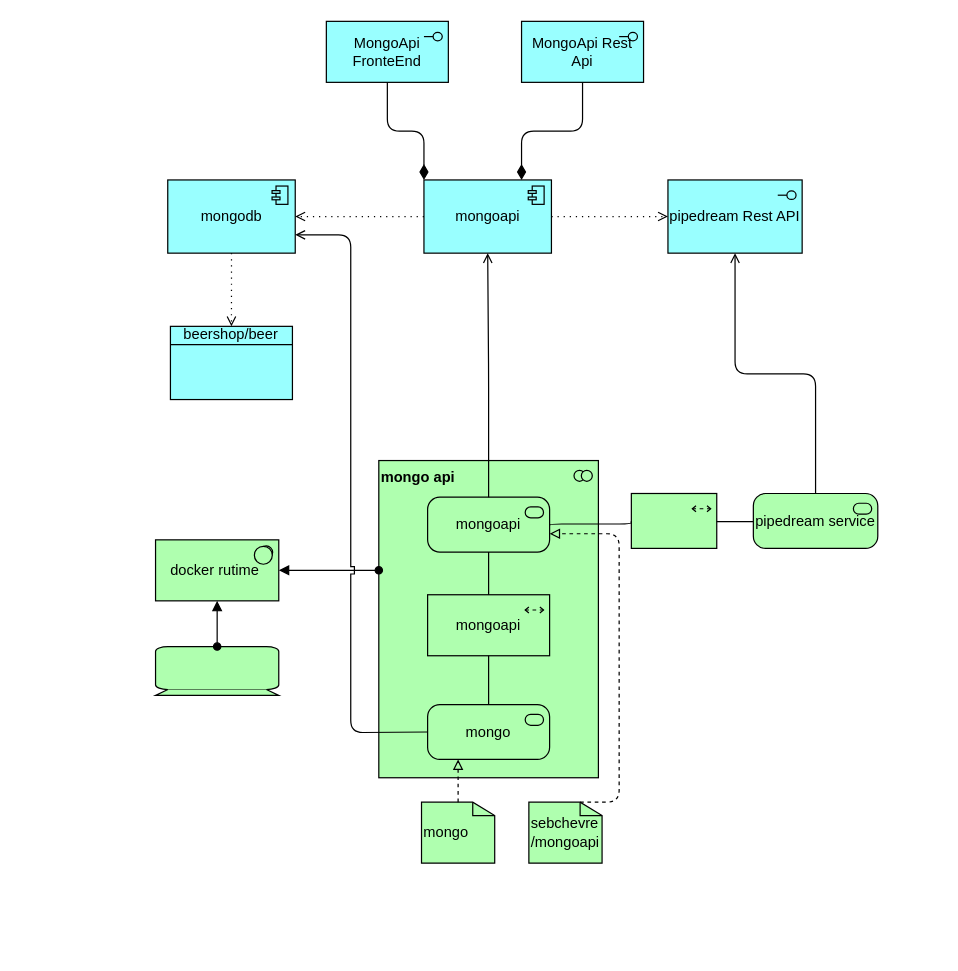
Before: Doc/dev-env.drawio in sebChevre/MongoApi, a draw.io diagram. Source tidied: cells renumbered, new cells numbered last; positions are measured from the earlier drawing's top-left corner, leaving out a move shared by most shapes. Both pictures are drawn from the tidied source at 122%, with x=0, y=0 at pixel (155, 21).
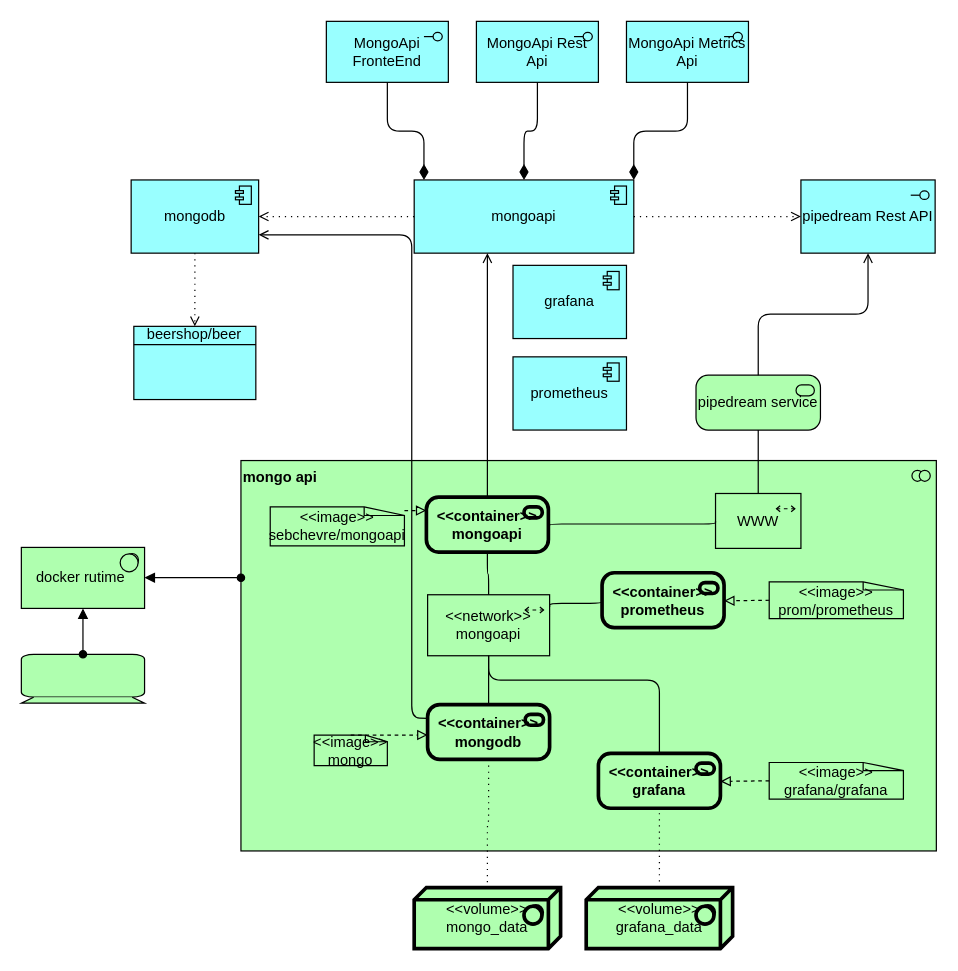
The same diagram, later.

Commit message (it also covers changes not shown here):
volume and network configuration, compose ok

Change to the diagram source:
```diff
@@
     <mxCell id="2" value="mongo api" style="html=1;outlineConnect=0;whiteSpace=wrap;fillColor=#AFFFAF;shape=mxgraph.archimate3.application;appType=collab;archiType=square;align=left;verticalAlign=top;fontStyle=1;" parent="1" vertex="1">
-      <mxGeometry x="183" y="360" width="180" height="260" as="geometry" />
+      <mxGeometry x="70" y="360" width="570" height="320" as="geometry" />
     </mxCell>
     <mxCell id="3" value="mongoapi" style="html=1;outlineConnect=0;whiteSpace=wrap;fillColor=#99ffff;shape=mxgraph.archimate3.application;appType=comp;archiType=square;" parent="1" vertex="1">
-      <mxGeometry x="220" y="130" width="104.5" height="60" as="geometry" />
+      <mxGeometry x="212" y="130" width="180" height="60" as="geometry" />
     </mxCell>
     <mxCell id="4" style="html=1;outlineConnect=0;whiteSpace=wrap;fillColor=#AFFFAF;shape=mxgraph.archimate3.device;align=left;" parent="1" vertex="1">
-      <mxGeometry y="512.5" width="101" height="40" as="geometry" />
+      <mxGeometry x="-110" y="518.8" width="101" height="40" as="geometry" />
     </mxCell>
     <mxCell id="5" value="docker rutime&amp;nbsp;" style="html=1;outlineConnect=0;whiteSpace=wrap;fillColor=#AFFFAF;shape=mxgraph.archimate3.application;appType=sysSw;archiType=square;align=center;" parent="1" vertex="1">
-      <mxGeometry y="425" width="101" height="50" as="geometry" />
+      <mxGeometry x="-110" y="431.2" width="101" height="50" as="geometry" />
     </mxCell>
@@
-    <mxCell id="7" value="sebchevre&lt;br&gt;/mongoapi" style="html=1;outlineConnect=0;whiteSpace=wrap;fillColor=#AFFFAF;shape=mxgraph.archimate3.artifact;align=left;" parent="1" vertex="1">
-      <mxGeometry x="306" y="640" width="60" height="50" as="geometry" />
+    <mxCell id="7" value="&amp;lt;&amp;lt;image&amp;gt;&amp;gt;&lt;br&gt;sebchevre/mongoapi" style="html=1;outlineConnect=0;whiteSpace=wrap;fillColor=#AFFFAF;shape=mxgraph.archimate3.artifact;align=center;" parent="1" vertex="1">
+      <mxGeometry x="94" y="398" width="110" height="32" as="geometry" />
     </mxCell>
-    <mxCell id="8" value="mongo" style="html=1;outlineConnect=0;whiteSpace=wrap;fillColor=#AFFFAF;shape=mxgraph.archimate3.artifact;align=left;" parent="1" vertex="1">
-      <mxGeometry x="218" y="640" width="60" height="50" as="geometry" />
+    <mxCell id="8" value="&amp;lt;&amp;lt;image&amp;gt;&amp;gt;&lt;br&gt;mongo" style="html=1;outlineConnect=0;whiteSpace=wrap;fillColor=#AFFFAF;shape=mxgraph.archimate3.artifact;align=center;" parent="1" vertex="1">
+      <mxGeometry x="130" y="585" width="60" height="25" as="geometry" />
     </mxCell>
@@
     <mxCell id="10" value="MongoApi Rest Api" style="html=1;outlineConnect=0;whiteSpace=wrap;fillColor=#99ffff;shape=mxgraph.archimate3.application;appType=interface;archiType=square;" parent="1" vertex="1">
-      <mxGeometry x="300" width="100" height="50" as="geometry" />
+      <mxGeometry x="263" width="100" height="50" as="geometry" />
     </mxCell>
@@
-    <mxCell id="12" style="html=1;endArrow=diamondThin;endFill=1;edgeStyle=elbowEdgeStyle;elbow=vertical;endSize=10;entryX=0.75;entryY=0;entryDx=0;entryDy=0;entryPerimeter=0;exitX=0.5;exitY=1;exitDx=0;exitDy=0;exitPerimeter=0;" parent="1" edge="1" source="10">
-      <mxGeometry relative="1" as="geometry">
-        <mxPoint x="300" y="130" as="targetPoint" />
-      </mxGeometry>
+    <mxCell id="12" style="html=1;endArrow=diamondThin;endFill=1;edgeStyle=elbowEdgeStyle;elbow=vertical;endSize=10;exitX=0.5;exitY=1;exitDx=0;exitDy=0;exitPerimeter=0;" parent="1" edge="1" source="10" target="3">
+      <mxGeometry relative="1" as="geometry" />
     </mxCell>
     <mxCell id="13" value="mongodb" style="html=1;outlineConnect=0;whiteSpace=wrap;fillColor=#99ffff;shape=mxgraph.archimate3.application;appType=comp;archiType=square;" parent="1" vertex="1">
-      <mxGeometry x="10" y="130" width="104.5" height="60" as="geometry" />
+      <mxGeometry x="-20" y="130" width="104.5" height="60" as="geometry" />
     </mxCell>
     <mxCell id="14" value="beershop/beer" style="html=1;outlineConnect=0;whiteSpace=wrap;fillColor=#99ffff;shape=mxgraph.archimate3.businessObject;overflow=fill;" parent="1" vertex="1">
-      <mxGeometry x="12.2" y="250" width="100" height="60" as="geometry" />
+      <mxGeometry x="-17.8" y="250" width="100" height="60" as="geometry" />
     </mxCell>
@@
     <mxCell id="17" value="pipedream Rest API" style="html=1;outlineConnect=0;whiteSpace=wrap;fillColor=#99ffff;shape=mxgraph.archimate3.application;appType=interface;archiType=square;align=center;" parent="1" vertex="1">
-      <mxGeometry x="420" y="130" width="110" height="60" as="geometry" />
+      <mxGeometry x="529" y="130" width="110" height="60" as="geometry" />
     </mxCell>
@@
-    <mxCell id="19" value="mongoapi" style="html=1;outlineConnect=0;whiteSpace=wrap;fillColor=#AFFFAF;shape=mxgraph.archimate3.application;appType=serv;archiType=rounded;align=center;" parent="1" vertex="1">
-      <mxGeometry x="223" y="390" width="100" height="45" as="geometry" />
+    <mxCell id="19" value="&amp;lt;&amp;lt;container&amp;gt;&amp;gt;&lt;br&gt;mongoapi" style="html=1;outlineConnect=0;whiteSpace=wrap;fillColor=#AFFFAF;shape=mxgraph.archimate3.application;appType=serv;archiType=rounded;align=center;fontStyle=1;strokeWidth=3;" parent="1" vertex="1">
+      <mxGeometry x="222" y="390" width="100" height="45" as="geometry" />
     </mxCell>
-    <mxCell id="20" value="mongo" style="html=1;outlineConnect=0;whiteSpace=wrap;fillColor=#AFFFAF;shape=mxgraph.archimate3.application;appType=serv;archiType=rounded;align=center;" parent="1" vertex="1">
+    <mxCell id="20" value="&amp;lt;&amp;lt;container&amp;gt;&amp;gt;&lt;br&gt;mongodb" style="html=1;outlineConnect=0;whiteSpace=wrap;fillColor=#AFFFAF;shape=mxgraph.archimate3.application;appType=serv;archiType=rounded;align=center;fontStyle=1;strokeWidth=3;" parent="1" vertex="1">
       <mxGeometry x="223" y="560" width="100" height="45" as="geometry" />
     </mxCell>
-    <mxCell id="21" value="mongoapi" style="html=1;outlineConnect=0;whiteSpace=wrap;fillColor=#AFFFAF;shape=mxgraph.archimate3.application;appType=path;archiType=square;align=center;" parent="1" vertex="1">
+    <mxCell id="21" value="&amp;lt;&amp;lt;network&amp;gt;&amp;gt;&lt;br&gt;mongoapi" style="html=1;outlineConnect=0;whiteSpace=wrap;fillColor=#AFFFAF;shape=mxgraph.archimate3.application;appType=path;archiType=square;align=center;" parent="1" vertex="1">
       <mxGeometry x="223" y="470" width="100" height="50" as="geometry" />
     </mxCell>
@@
-    <mxCell id="25" style="html=1;endArrow=block;elbow=vertical;endFill=0;dashed=1;exitX=0.7;exitY=0;exitDx=0;exitDy=0;exitPerimeter=0;" parent="1" edge="1" source="7">
-      <mxGeometry relative="1" as="geometry">
-        <mxPoint x="323" y="420" as="targetPoint" />
-        <Array as="points">
-          <mxPoint x="380" y="640" />
-          <mxPoint x="380" y="420" />
-        </Array>
-      </mxGeometry>
-    </mxCell>
-    <mxCell id="26" style="edgeStyle=elbowEdgeStyle;html=1;endArrow=block;elbow=vertical;endFill=0;dashed=1;exitX=0.5;exitY=0;exitDx=0;exitDy=0;exitPerimeter=0;entryX=0.25;entryY=1;entryDx=0;entryDy=0;entryPerimeter=0;" parent="1" edge="1" source="8" target="20">
+    <mxCell id="26" style="edgeStyle=elbowEdgeStyle;html=1;endArrow=block;elbow=vertical;endFill=0;dashed=1;exitX=0.5;exitY=0;exitDx=0;exitDy=0;exitPerimeter=0;" parent="1" edge="1" source="8" target="20">
       <mxGeometry relative="1" as="geometry" />
     </mxCell>
     <mxCell id="27" style="edgeStyle=elbowEdgeStyle;html=1;endArrow=open;elbow=vertical;endFill=1;exitX=0.5;exitY=0;exitDx=0;exitDy=0;exitPerimeter=0;" parent="1" edge="1" source="19" target="3">
-      <mxGeometry relative="1" as="geometry" />
+      <mxGeometry relative="1" as="geometry">
+        <Array as="points">
+          <mxPoint x="272" y="240" />
+        </Array>
+      </mxGeometry>
     </mxCell>
-    <mxCell id="28" style="html=1;endArrow=open;endFill=1;exitX=0;exitY=0.5;exitDx=0;exitDy=0;exitPerimeter=0;jumpStyle=sharp;entryX=1;entryY=0.75;entryDx=0;entryDy=0;entryPerimeter=0;" parent="1" edge="1" source="20" target="13">
+    <mxCell id="28" style="html=1;endArrow=open;endFill=1;jumpStyle=sharp;entryX=1;entryY=0.75;entryDx=0;entryDy=0;entryPerimeter=0;exitX=0;exitY=0.25;exitDx=0;exitDy=0;exitPerimeter=0;" parent="1" edge="1" source="20" target="13">
       <mxGeometry relative="1" as="geometry">
         <Array as="points">
-          <mxPoint x="160" y="583" />
-          <mxPoint x="160" y="175" />
+          <mxPoint x="210" y="571" />
+          <mxPoint x="210" y="370" />
+          <mxPoint x="210" y="175" />
         </Array>
       </mxGeometry>
     </mxCell>
     <mxCell id="29" value="pipedream service" style="html=1;outlineConnect=0;whiteSpace=wrap;fillColor=#AFFFAF;shape=mxgraph.archimate3.application;appType=serv;archiType=rounded;align=left;" parent="1" vertex="1">
-      <mxGeometry x="490" y="387" width="102" height="45" as="geometry" />
+      <mxGeometry x="443" y="290" width="102" height="45" as="geometry" />
     </mxCell>
-    <mxCell id="30" style="html=1;outlineConnect=0;whiteSpace=wrap;fillColor=#AFFFAF;shape=mxgraph.archimate3.application;appType=path;archiType=square;align=left;" parent="1" vertex="1">
-      <mxGeometry x="390" y="387" width="70" height="45" as="geometry" />
+    <mxCell id="30" value="WWW" style="html=1;outlineConnect=0;whiteSpace=wrap;fillColor=#AFFFAF;shape=mxgraph.archimate3.application;appType=path;archiType=square;align=center;" parent="1" vertex="1">
+      <mxGeometry x="459" y="387" width="70" height="45" as="geometry" />
     </mxCell>
@@
-    <mxCell id="32" style="edgeStyle=elbowEdgeStyle;html=1;endArrow=none;elbow=vertical;" parent="1" edge="1">
-      <mxGeometry relative="1" as="geometry">
-        <mxPoint x="460" y="410" as="sourcePoint" />
-        <mxPoint x="490" y="410" as="targetPoint" />
-      </mxGeometry>
+    <mxCell id="32" style="edgeStyle=elbowEdgeStyle;html=1;endArrow=none;elbow=vertical;exitX=0.5;exitY=0;exitDx=0;exitDy=0;exitPerimeter=0;" parent="1" edge="1" source="30" target="29">
+      <mxGeometry relative="1" as="geometry" />
     </mxCell>
@@
+    <mxCell id="34" value="MongoApi Metrics Api" style="html=1;outlineConnect=0;whiteSpace=wrap;fillColor=#99ffff;shape=mxgraph.archimate3.application;appType=interface;archiType=square;" parent="1" vertex="1">
+      <mxGeometry x="386" width="100" height="50" as="geometry" />
+    </mxCell>
+    <mxCell id="35" style="html=1;endArrow=diamondThin;endFill=1;edgeStyle=elbowEdgeStyle;elbow=vertical;endSize=10;exitX=0.5;exitY=1;exitDx=0;exitDy=0;exitPerimeter=0;entryX=1;entryY=0;entryDx=0;entryDy=0;entryPerimeter=0;" parent="1" edge="1" source="34" target="3">
+      <mxGeometry relative="1" as="geometry" />
+    </mxCell>
+    <mxCell id="36" value="&amp;lt;&amp;lt;container&amp;gt;&amp;gt;&lt;br&gt;prometheus" style="html=1;outlineConnect=0;whiteSpace=wrap;fillColor=#AFFFAF;shape=mxgraph.archimate3.application;appType=serv;archiType=rounded;align=center;fontStyle=1;strokeWidth=3;" parent="1" vertex="1">
+      <mxGeometry x="366" y="452" width="100" height="45" as="geometry" />
+    </mxCell>
+    <mxCell id="37" value="&amp;lt;&amp;lt;container&amp;gt;&amp;gt;&lt;br&gt;grafana" style="html=1;outlineConnect=0;whiteSpace=wrap;fillColor=#AFFFAF;shape=mxgraph.archimate3.application;appType=serv;archiType=rounded;align=center;fontStyle=1;strokeWidth=3;" parent="1" vertex="1">
+      <mxGeometry x="363" y="600" width="100" height="45" as="geometry" />
+    </mxCell>
+    <mxCell id="38" style="edgeStyle=elbowEdgeStyle;html=1;endArrow=none;elbow=vertical;entryX=0;entryY=0.5;entryDx=0;entryDy=0;entryPerimeter=0;" parent="1" edge="1" target="36">
+      <mxGeometry relative="1" as="geometry">
+        <mxPoint x="323" y="480" as="sourcePoint" />
+      </mxGeometry>
+    </mxCell>
+    <mxCell id="39" style="edgeStyle=elbowEdgeStyle;html=1;endArrow=none;elbow=vertical;entryX=0.5;entryY=0;entryDx=0;entryDy=0;entryPerimeter=0;" parent="1" edge="1" source="21" target="37">
+      <mxGeometry relative="1" as="geometry">
+        <Array as="points">
+          <mxPoint x="340" y="540" />
+        </Array>
+      </mxGeometry>
+    </mxCell>
+    <mxCell id="40" style="edgeStyle=elbowEdgeStyle;html=1;endArrow=block;elbow=vertical;endFill=0;dashed=1;entryX=0;entryY=0.25;entryDx=0;entryDy=0;entryPerimeter=0;" parent="1" edge="1" source="7" target="19">
+      <mxGeometry relative="1" as="geometry" />
+    </mxCell>
+    <mxCell id="41" value="&amp;lt;&amp;lt;image&amp;gt;&amp;gt;&lt;br&gt;prom/prometheus" style="html=1;outlineConnect=0;whiteSpace=wrap;fillColor=#AFFFAF;shape=mxgraph.archimate3.artifact;align=center;" parent="1" vertex="1">
+      <mxGeometry x="503" y="459.5" width="110" height="30" as="geometry" />
+    </mxCell>
+    <mxCell id="42" style="edgeStyle=elbowEdgeStyle;html=1;endArrow=block;elbow=vertical;endFill=0;dashed=1;exitX=0;exitY=0.5;exitDx=0;exitDy=0;exitPerimeter=0;entryX=1;entryY=0.5;entryDx=0;entryDy=0;entryPerimeter=0;" parent="1" edge="1" source="41" target="36">
+      <mxGeometry relative="1" as="geometry" />
+    </mxCell>
+    <mxCell id="43" value="&amp;lt;&amp;lt;image&amp;gt;&amp;gt;&lt;br&gt;grafana/grafana" style="html=1;outlineConnect=0;whiteSpace=wrap;fillColor=#AFFFAF;shape=mxgraph.archimate3.artifact;align=center;" parent="1" vertex="1">
+      <mxGeometry x="503" y="607.5" width="110" height="30" as="geometry" />
+    </mxCell>
+    <mxCell id="44" style="edgeStyle=elbowEdgeStyle;html=1;endArrow=block;elbow=vertical;endFill=0;dashed=1;exitX=0;exitY=0.5;exitDx=0;exitDy=0;exitPerimeter=0;" parent="1" edge="1" source="43" target="37">
+      <mxGeometry relative="1" as="geometry" />
+    </mxCell>
+    <mxCell id="45" value="&amp;lt;&amp;lt;volume&amp;gt;&amp;gt;&lt;br&gt;grafana_data" style="html=1;outlineConnect=0;whiteSpace=wrap;fillColor=#AFFFAF;shape=mxgraph.archimate3.tech;techType=sysSw;strokeWidth=3;align=center;" parent="1" vertex="1">
+      <mxGeometry x="353" y="710" width="120" height="50" as="geometry" />
+    </mxCell>
+    <mxCell id="46" value="&amp;lt;&amp;lt;volume&amp;gt;&amp;gt;&lt;br&gt;mongo_data" style="html=1;outlineConnect=0;whiteSpace=wrap;fillColor=#AFFFAF;shape=mxgraph.archimate3.tech;techType=sysSw;strokeWidth=3;align=center;" parent="1" vertex="1">
+      <mxGeometry x="212" y="710" width="120" height="50" as="geometry" />
+    </mxCell>
+    <mxCell id="47" style="edgeStyle=elbowEdgeStyle;html=1;endArrow=none;elbow=vertical;dashed=1;startFill=0;dashPattern=1 4;exitX=0.5;exitY=1;exitDx=0;exitDy=0;exitPerimeter=0;entryX=0.5;entryY=0;entryDx=0;entryDy=0;entryPerimeter=0;" parent="1" edge="1" source="20" target="46">
+      <mxGeometry relative="1" as="geometry" />
+    </mxCell>
+    <mxCell id="48" style="edgeStyle=elbowEdgeStyle;html=1;endArrow=none;elbow=vertical;dashed=1;startFill=0;dashPattern=1 4;" parent="1" edge="1" source="45" target="37">
+      <mxGeometry relative="1" as="geometry" />
+    </mxCell>
+    <mxCell id="49" value="grafana" style="html=1;whiteSpace=wrap;fillColor=#99ffff;shape=mxgraph.archimate3.application;appType=comp;archiType=square;" parent="1" vertex="1">
+      <mxGeometry x="293" y="200" width="93" height="60" as="geometry" />
+    </mxCell>
+    <mxCell id="50" value="prometheus" style="html=1;whiteSpace=wrap;fillColor=#99ffff;shape=mxgraph.archimate3.application;appType=comp;archiType=square;" parent="1" vertex="1">
+      <mxGeometry x="293" y="275" width="93" height="60" as="geometry" />
+    </mxCell>
```
